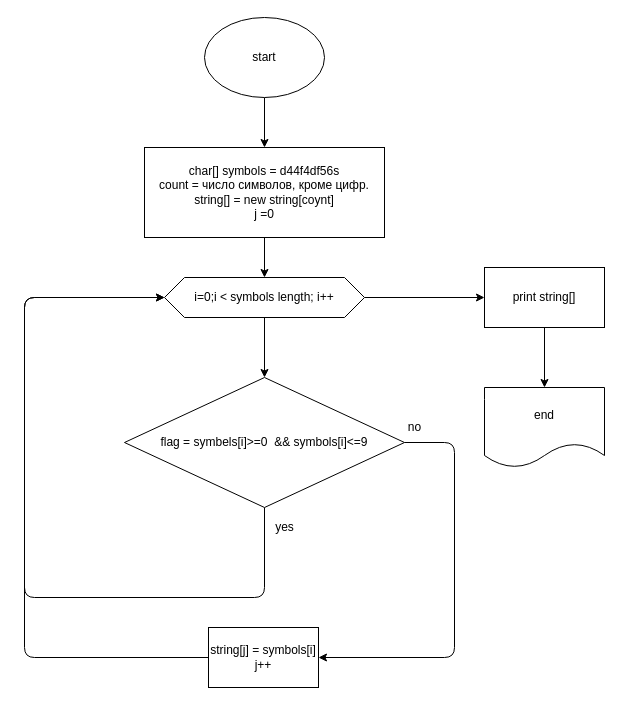
This is FinalWork1/diagrama.drawio from Ilnaz-Khairulin/FinalWork001, a draw.io file, before an edit. Source tidied: cells renumbered, new cells numbered last; positions are measured from the earlier drawing's top-left corner, leaving out a move shared by most shapes. Both pictures are drawn from the tidied source at 100%, with x=0, y=0 at pixel (24, 17).
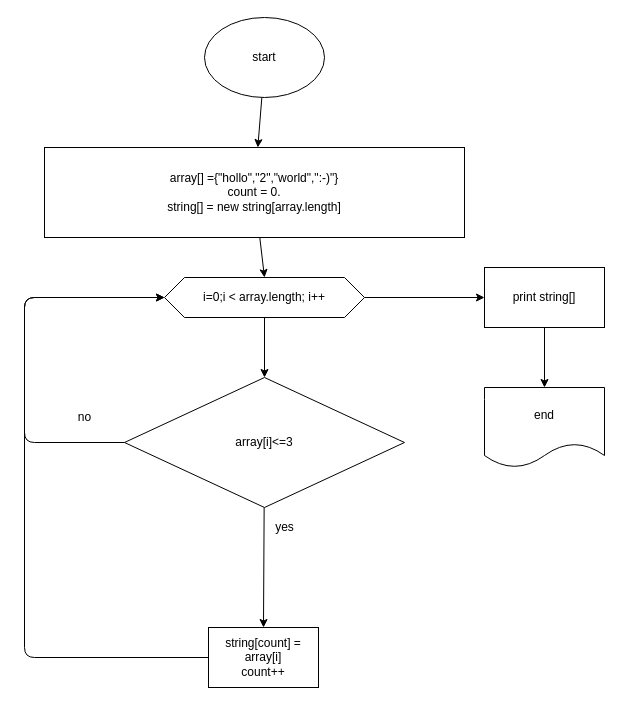
Above is the later version.

Commit message (it also covers changes not shown here):
сделал программу и деаграмму

What changed in the source:
```diff
@@
-    <mxCell id="5" value="char[] symbols&amp;nbsp;&lt;span&gt;= d44f4df56s&lt;/span&gt;&lt;br&gt;count = число символов, кроме цифр.&lt;br&gt;string[] = new string[coynt]&lt;br&gt;j =0" style="whiteSpace=wrap;html=1;" parent="1" vertex="1">
-      <mxGeometry x="120" y="130" width="240" height="90" as="geometry" />
+    <mxCell id="5" value="array[] ={&quot;hollo&quot;,&quot;2&quot;,&quot;world&quot;,&quot;:-)&quot;}&lt;br&gt;count = 0.&lt;br&gt;string[] = new string[array.length]" style="whiteSpace=wrap;html=1;" parent="1" vertex="1">
+      <mxGeometry x="20" y="130" width="420" height="90" as="geometry" />
     </mxCell>
@@
-    <mxCell id="8" value="i=0;i &amp;lt; symbols length; i++" style="shape=hexagon;perimeter=hexagonPerimeter2;whiteSpace=wrap;html=1;fixedSize=1;" parent="1" vertex="1">
+    <mxCell id="8" value="i=0;i &amp;lt; array.length; i++" style="shape=hexagon;perimeter=hexagonPerimeter2;whiteSpace=wrap;html=1;fixedSize=1;" parent="1" vertex="1">
       <mxGeometry x="140" y="260" width="200" height="40" as="geometry" />
     </mxCell>
+    <mxCell id="10" style="edgeStyle=none;html=1;entryX=0.5;entryY=0;entryDx=0;entryDy=0;" parent="1" edge="1" source="11" target="14">
+      <mxGeometry relative="1" as="geometry" />
+    </mxCell>
     <mxCell id="9" style="edgeStyle=none;html=1;entryX=0;entryY=0.5;entryDx=0;entryDy=0;" parent="1" edge="1" source="11" target="8">
       <mxGeometry relative="1" as="geometry">
         <Array as="points">
-          <mxPoint x="240" y="580" />
-          <mxPoint y="580" />
+          <mxPoint y="425" />
           <mxPoint y="280" />
         </Array>
       </mxGeometry>
     </mxCell>
-    <mxCell id="10" style="edgeStyle=none;html=1;entryX=1;entryY=0.5;entryDx=0;entryDy=0;" parent="1" edge="1" source="11" target="14">
-      <mxGeometry relative="1" as="geometry">
-        <Array as="points">
-          <mxPoint x="430" y="425" />
-          <mxPoint x="430" y="640" />
-        </Array>
-      </mxGeometry>
-    </mxCell>
-    <mxCell id="11" value="flag = symbels[i]&amp;gt;=0&amp;nbsp; &amp;amp;&amp;amp; symbols[i]&amp;lt;=9" style="rhombus;whiteSpace=wrap;html=1;" parent="1" vertex="1">
+    <mxCell id="11" value="array[i]&amp;lt;=3" style="rhombus;whiteSpace=wrap;html=1;" parent="1" vertex="1">
       <mxGeometry x="100" y="360" width="280" height="130" as="geometry" />
     </mxCell>
@@
-    <mxCell id="14" value="string[j] = symbols[i]&lt;br&gt;j++" style="whiteSpace=wrap;html=1;" parent="1" vertex="1">
+    <mxCell id="14" value="string[count] = array[i]&lt;br&gt;count++" style="whiteSpace=wrap;html=1;" parent="1" vertex="1">
       <mxGeometry x="184" y="610" width="110" height="60" as="geometry" />
     </mxCell>
@@
     <mxCell id="18" value="no" style="text;html=1;align=center;verticalAlign=middle;strokeColor=none;fillColor=none;" parent="1" vertex="1">
-      <mxGeometry x="375" y="400" width="30" height="20" as="geometry" />
+      <mxGeometry x="45" y="390" width="30" height="20" as="geometry" />
     </mxCell>
```
